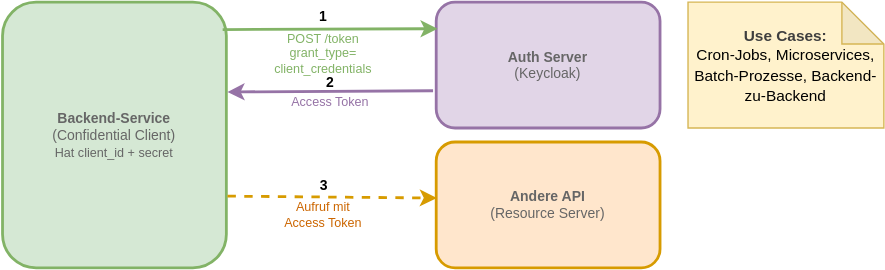
Above: slides/02-protokoll-standards/images/client_credentials_flow.drawio.svg in it-erben/training-keycloak (draw.io), before the change. Source tidied: cells renumbered, new cells last; positions are measured from the earlier drawing's top-left corner, leaving out a move shared by most shapes. Source of this version:
```xml
<mxGraphModel>
  <root>
    <mxCell id="0" />
    <mxCell id="1" parent="0" />
    <mxCell id="2" value="&lt;b&gt;Backend-Service&lt;/b&gt;&lt;br&gt;&lt;font style=&quot;font-size:10px&quot; color=&quot;#666666&quot;&gt;(Confidential Client)&lt;/font&gt;&lt;br&gt;&lt;font style=&quot;font-size:9px&quot; color=&quot;#666666&quot;&gt;Hat client_id + secret&lt;/font&gt;" style="rounded=1;whiteSpace=wrap;html=1;fillColor=#d5e8d4;strokeColor=#82b366;strokeWidth=2;align=center;verticalAlign=middle;fontSize=10;fontColor=#666666;" parent="1" vertex="1">
      <mxGeometry width="160" height="190" as="geometry" />
    </mxCell>
    <mxCell id="3" value="&lt;b&gt;Auth Server&lt;/b&gt;&lt;br&gt;&lt;font style=&quot;font-size:10px&quot; color=&quot;#666666&quot;&gt;(Keycloak)&lt;/font&gt;" style="rounded=1;whiteSpace=wrap;html=1;fillColor=#e1d5e7;strokeColor=#9673a6;strokeWidth=2;align=center;verticalAlign=middle;fontSize=10;fontColor=#666666;" parent="1" vertex="1">
      <mxGeometry x="310" width="160" height="90" as="geometry" />
    </mxCell>
    <mxCell id="4" value="&lt;b&gt;Andere API&lt;/b&gt;&lt;br&gt;&lt;font style=&quot;font-size:10px&quot; color=&quot;#666666&quot;&gt;(Resource Server)&lt;/font&gt;" style="rounded=1;whiteSpace=wrap;html=1;fillColor=#ffe6cc;strokeColor=#d79b00;strokeWidth=2;align=center;verticalAlign=middle;fontSize=10;fontColor=#666666;" parent="1" vertex="1">
      <mxGeometry x="310" y="100" width="160" height="90" as="geometry" />
    </mxCell>
    <mxCell id="5" value="&lt;font style=&quot;font-size:10px&quot;&gt;&lt;b&gt;1&lt;/b&gt;&lt;/font&gt;" style="html=1;strokeColor=#82b366;strokeWidth=2;endArrow=classic;rounded=0;exitX=0.996;exitY=0.219;exitDx=0;exitDy=0;exitPerimeter=0;" parent="1" edge="1">
      <mxGeometry x="-0.07" y="9" relative="1" as="geometry">
        <mxPoint x="157.4" y="19.7" as="sourcePoint" />
        <mxPoint x="311" y="19" as="targetPoint" />
      </mxGeometry>
    </mxCell>
    <mxCell id="6" value="&lt;font style=&quot;font-size:9px&quot; color=&quot;#82b366&quot;&gt;POST /token&lt;/font&gt;" style="text;html=1;strokeColor=none;fillColor=none;align=center;verticalAlign=middle;whiteSpace=wrap;rounded=0;fontColor=#82b366;fontSize=9;" parent="1" vertex="1">
      <mxGeometry x="195" y="20" width="69" height="14" as="geometry" />
    </mxCell>
    <mxCell id="7" value="&lt;font style=&quot;font-size:9px&quot; color=&quot;#82b366&quot;&gt;grant_type=&lt;/font&gt;" style="text;html=1;strokeColor=none;fillColor=none;align=center;verticalAlign=middle;whiteSpace=wrap;rounded=0;fontColor=#82b366;fontSize=9;" parent="1" vertex="1">
      <mxGeometry x="195" y="30" width="69" height="14" as="geometry" />
    </mxCell>
    <mxCell id="8" value="&lt;font style=&quot;font-size:9px&quot; color=&quot;#82b366&quot;&gt;client_credentials&lt;/font&gt;" style="text;html=1;strokeColor=none;fillColor=none;align=center;verticalAlign=middle;whiteSpace=wrap;rounded=0;fontColor=#82b366;fontSize=9;" parent="1" vertex="1">
      <mxGeometry x="173" y="41" width="113" height="14" as="geometry" />
    </mxCell>
    <mxCell id="9" value="&lt;font style=&quot;font-size:10px&quot;&gt;&lt;b&gt;2&lt;/b&gt;&lt;/font&gt;&lt;br&gt;&lt;font color=&quot;#9673a6&quot; style=&quot;font-size:9px&quot;&gt;Access Token&lt;/font&gt;" style="html=1;strokeColor=#9673a6;strokeWidth=2;endArrow=classic;rounded=0;exitX=-0.014;exitY=0.704;exitDx=0;exitDy=0;labelBackgroundColor=none;exitPerimeter=0;entryX=1.005;entryY=0.338;entryDx=0;entryDy=0;entryPerimeter=0;" parent="1" edge="1" source="3" target="2">
      <mxGeometry relative="1" as="geometry" />
    </mxCell>
    <mxCell id="10" style="html=1;strokeColor=#d79b00;strokeWidth=2;endArrow=classic;dashed=1;rounded=0;entryX=0.003;entryY=0.445;entryDx=0;entryDy=0;exitX=1.005;exitY=0.73;exitDx=0;exitDy=0;exitPerimeter=0;entryPerimeter=0;" parent="1" edge="1" source="2" target="4">
      <mxGeometry relative="1" as="geometry" />
    </mxCell>
    <mxCell id="11" value="&lt;font style=&quot;font-size:10px&quot;&gt;&lt;b&gt;3&lt;/b&gt;&lt;/font&gt;" style="text;html=1;strokeColor=none;fillColor=none;align=center;verticalAlign=middle;whiteSpace=wrap;rounded=0;fontColor=#000000;fontSize=10;fontStyle=1;" parent="1" vertex="1">
      <mxGeometry x="209.5" y="123" width="40" height="15" as="geometry" />
    </mxCell>
    <mxCell id="12" value="&lt;font style=&quot;color: rgb(63, 63, 63); scrollbar-color: rgb(226, 226, 226) rgb(251, 251, 251); font-size: 11px; text-align: left;&quot;&gt;&lt;b style=&quot;color: rgb(63, 63, 63); scrollbar-color: rgb(226, 226, 226) rgb(251, 251, 251);&quot;&gt;Use Cases:&lt;/b&gt;&lt;/font&gt;&lt;br style=&quot;color: rgb(63, 63, 63); scrollbar-color: rgb(226, 226, 226) rgb(251, 251, 251); font-size: 11px; text-align: left;&quot;&gt;&lt;font style=&quot;scrollbar-color: rgb(226, 226, 226) rgb(251, 251, 251); font-size: 11px; text-align: left;&quot;&gt;Cron-Jobs, Microservices, Batch-Prozesse, Backend-zu-Backend&lt;/font&gt;" style="shape=note;whiteSpace=wrap;html=1;backgroundOutline=1;darkOpacity=0.05;fillColor=#fff2cc;strokeColor=#d6b656;" parent="1" vertex="1">
      <mxGeometry x="490" width="140" height="90" as="geometry" />
    </mxCell>
    <mxCell id="13" value="&lt;font style=&quot;font-size: 9px; color: rgb(204, 102, 0);&quot;&gt;Aufruf mit Access Token&lt;/font&gt;" style="text;html=1;strokeColor=none;fillColor=none;align=center;verticalAlign=middle;whiteSpace=wrap;rounded=0;fontColor=#CC6600;fontSize=9;" parent="1" vertex="1">
      <mxGeometry x="195" y="145" width="69" height="14" as="geometry" />
    </mxCell>
  </root>
</mxGraphModel>
```
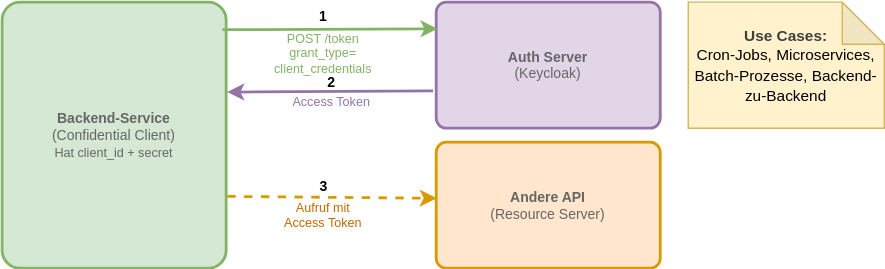
After the commit.

What changed in the source:
```diff
@@ -2,13 +2,13 @@
   <root>
     <mxCell id="0" />
     <mxCell id="1" parent="0" />
-    <mxCell id="2" value="&lt;b&gt;Backend-Service&lt;/b&gt;&lt;br&gt;&lt;font style=&quot;font-size:10px&quot; color=&quot;#666666&quot;&gt;(Confidential Client)&lt;/font&gt;&lt;br&gt;&lt;font style=&quot;font-size:9px&quot; color=&quot;#666666&quot;&gt;Hat client_id + secret&lt;/font&gt;" style="rounded=1;whiteSpace=wrap;html=1;fillColor=#d5e8d4;strokeColor=#82b366;strokeWidth=2;align=center;verticalAlign=middle;fontSize=10;fontColor=#666666;" parent="1" vertex="1">
+    <mxCell id="2" value="&lt;b&gt;Backend-Service&lt;/b&gt;&lt;br&gt;&lt;font style=&quot;font-size:10px&quot; color=&quot;#666666&quot;&gt;(Confidential Client)&lt;/font&gt;&lt;br&gt;&lt;font style=&quot;font-size:9px&quot; color=&quot;#666666&quot;&gt;Hat client_id + secret&lt;/font&gt;" style="rounded=1;whiteSpace=wrap;html=1;fillColor=#d5e8d4;strokeColor=#82b366;strokeWidth=2;align=center;verticalAlign=middle;fontSize=10;fontColor=#666666;arcSize=8;" parent="1" vertex="1">
       <mxGeometry width="160" height="190" as="geometry" />
     </mxCell>
-    <mxCell id="3" value="&lt;b&gt;Auth Server&lt;/b&gt;&lt;br&gt;&lt;font style=&quot;font-size:10px&quot; color=&quot;#666666&quot;&gt;(Keycloak)&lt;/font&gt;" style="rounded=1;whiteSpace=wrap;html=1;fillColor=#e1d5e7;strokeColor=#9673a6;strokeWidth=2;align=center;verticalAlign=middle;fontSize=10;fontColor=#666666;" parent="1" vertex="1">
+    <mxCell id="3" value="&lt;b&gt;Auth Server&lt;/b&gt;&lt;br&gt;&lt;font style=&quot;font-size:10px&quot; color=&quot;#666666&quot;&gt;(Keycloak)&lt;/font&gt;" style="rounded=1;whiteSpace=wrap;html=1;fillColor=#e1d5e7;strokeColor=#9673a6;strokeWidth=2;align=center;verticalAlign=middle;fontSize=10;fontColor=#666666;arcSize=8;" parent="1" vertex="1">
       <mxGeometry x="310" width="160" height="90" as="geometry" />
     </mxCell>
-    <mxCell id="4" value="&lt;b&gt;Andere API&lt;/b&gt;&lt;br&gt;&lt;font style=&quot;font-size:10px&quot; color=&quot;#666666&quot;&gt;(Resource Server)&lt;/font&gt;" style="rounded=1;whiteSpace=wrap;html=1;fillColor=#ffe6cc;strokeColor=#d79b00;strokeWidth=2;align=center;verticalAlign=middle;fontSize=10;fontColor=#666666;" parent="1" vertex="1">
+    <mxCell id="4" value="&lt;b&gt;Andere API&lt;/b&gt;&lt;br&gt;&lt;font style=&quot;font-size:10px&quot; color=&quot;#666666&quot;&gt;(Resource Server)&lt;/font&gt;" style="rounded=1;whiteSpace=wrap;html=1;fillColor=#ffe6cc;strokeColor=#d79b00;strokeWidth=2;align=center;verticalAlign=middle;fontSize=10;fontColor=#666666;arcSize=8;" parent="1" vertex="1">
       <mxGeometry x="310" y="100" width="160" height="90" as="geometry" />
     </mxCell>
     <mxCell id="5" value="&lt;font style=&quot;font-size:10px&quot;&gt;&lt;b&gt;1&lt;/b&gt;&lt;/font&gt;" style="html=1;strokeColor=#82b366;strokeWidth=2;endArrow=classic;rounded=0;exitX=0.996;exitY=0.219;exitDx=0;exitDy=0;exitPerimeter=0;" parent="1" edge="1">
```
